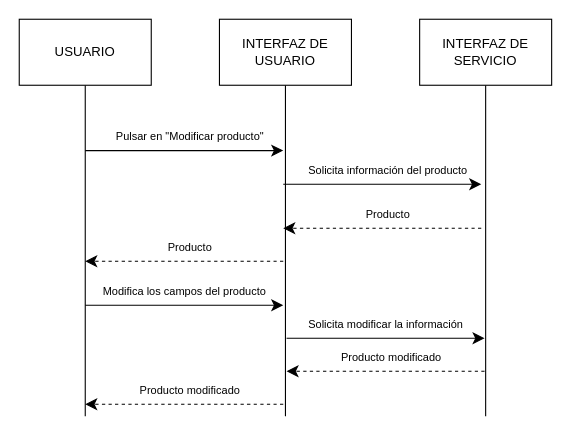
This is diagrams/secuencia/DS-016.drawio from ClaudiaOviedoGovantes/ComercialPostigo, a draw.io file, before an edit. Source tidied: cells renumbered, new cells numbered last; positions are measured from the earlier drawing's top-left corner, leaving out a move shared by most shapes. Both pictures are drawn from the tidied source at 110%, with x=0, y=0 at pixel (19, 19).
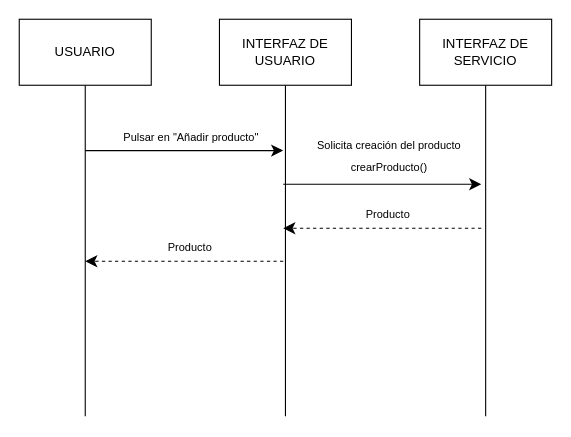
The same page after the edit.

The edit, as a diff of the source:
```diff
@@
-    <mxCell id="9" value="&lt;font style=&quot;font-size: 10px;&quot;&gt;Solicita información del producto&lt;/font&gt;" style="text;html=1;align=center;verticalAlign=middle;strokeColor=none;fillColor=none;fontSize=16;" parent="1" vertex="1">
-      <mxGeometry x="250" y="120" width="170" height="30" as="geometry" />
+    <mxCell id="9" value="&lt;font style=&quot;font-size: 10px;&quot;&gt;Solicita creación del producto&lt;/font&gt;&lt;div&gt;&lt;span style=&quot;font-size: 10px;&quot;&gt;crearProducto()&lt;/span&gt;&lt;/div&gt;" style="text;html=1;align=center;verticalAlign=middle;strokeColor=none;fillColor=none;fontSize=16;" parent="1" vertex="1">
+      <mxGeometry x="261" y="97" width="149" height="50" as="geometry" />
     </mxCell>
@@
-    <mxCell id="15" value="&lt;font style=&quot;font-size: 10px;&quot;&gt;Pulsar en &quot;Modificar producto&quot;&lt;/font&gt;" style="text;html=1;align=center;verticalAlign=middle;strokeColor=none;fillColor=none;fontSize=16;" parent="1" vertex="1">
-      <mxGeometry x="75" y="89.4" width="160" height="30" as="geometry" />
+    <mxCell id="15" value="&lt;font style=&quot;font-size: 10px;&quot;&gt;Pulsar en &quot;Añadir producto&quot;&lt;/font&gt;" style="text;html=1;align=center;verticalAlign=middle;strokeColor=none;fillColor=none;fontSize=16;" parent="1" vertex="1">
+      <mxGeometry x="85" y="89.4" width="141" height="31" as="geometry" />
     </mxCell>
-    <mxCell id="16" style="endArrow=classic;html=1;rounded=0;fontSize=12;startSize=8;endSize=8;curved=1;" parent="1" edge="1">
-      <mxGeometry relative="1" as="geometry">
-        <mxPoint x="60" y="260" as="sourcePoint" />
-        <mxPoint x="240" y="260" as="targetPoint" />
-      </mxGeometry>
-    </mxCell>
-    <mxCell id="17" value="&lt;font style=&quot;font-size: 10px;&quot;&gt;Modifica los campos del producto&lt;/font&gt;" style="text;html=1;align=center;verticalAlign=middle;strokeColor=none;fillColor=none;fontSize=16;" parent="1" vertex="1">
-      <mxGeometry x="65" y="230" width="170" height="30" as="geometry" />
-    </mxCell>
-    <mxCell id="18" style="endArrow=classic;html=1;rounded=0;fontSize=12;startSize=8;endSize=8;curved=1;" parent="1" edge="1">
-      <mxGeometry relative="1" as="geometry">
-        <mxPoint x="243" y="290" as="sourcePoint" />
-        <mxPoint x="423" y="290" as="targetPoint" />
-      </mxGeometry>
-    </mxCell>
-    <mxCell id="19" value="&lt;font style=&quot;font-size: 10px;&quot;&gt;Solicita modificar la información&lt;/font&gt;" style="text;html=1;align=center;verticalAlign=middle;strokeColor=none;fillColor=none;fontSize=16;" parent="1" vertex="1">
-      <mxGeometry x="253" y="260" width="160" height="30" as="geometry" />
-    </mxCell>
-    <mxCell id="20" style="endArrow=classic;html=1;rounded=0;fontSize=12;startSize=8;endSize=8;curved=1;dashed=1;" parent="1" edge="1">
-      <mxGeometry relative="1" as="geometry">
-        <mxPoint x="423" y="320" as="sourcePoint" />
-        <mxPoint x="243" y="320" as="targetPoint" />
-      </mxGeometry>
-    </mxCell>
-    <mxCell id="21" value="&lt;font style=&quot;font-size: 10px;&quot;&gt;Producto modificado&lt;/font&gt;" style="text;html=1;align=center;verticalAlign=middle;strokeColor=none;fillColor=none;fontSize=16;" parent="1" vertex="1">
-      <mxGeometry x="283" y="290" width="110" height="30" as="geometry" />
-    </mxCell>
-    <mxCell id="22" style="endArrow=classic;html=1;rounded=0;fontSize=12;startSize=8;endSize=8;curved=1;dashed=1;" parent="1" edge="1">
-      <mxGeometry relative="1" as="geometry">
-        <mxPoint x="240" y="350" as="sourcePoint" />
-        <mxPoint x="60" y="350" as="targetPoint" />
-      </mxGeometry>
-    </mxCell>
-    <mxCell id="23" value="&lt;font style=&quot;font-size: 10px;&quot;&gt;Producto modificado&lt;/font&gt;" style="text;html=1;align=center;verticalAlign=middle;strokeColor=none;fillColor=none;fontSize=16;" parent="1" vertex="1">
-      <mxGeometry x="100" y="320" width="110" height="30" as="geometry" />
-    </mxCell>
```
